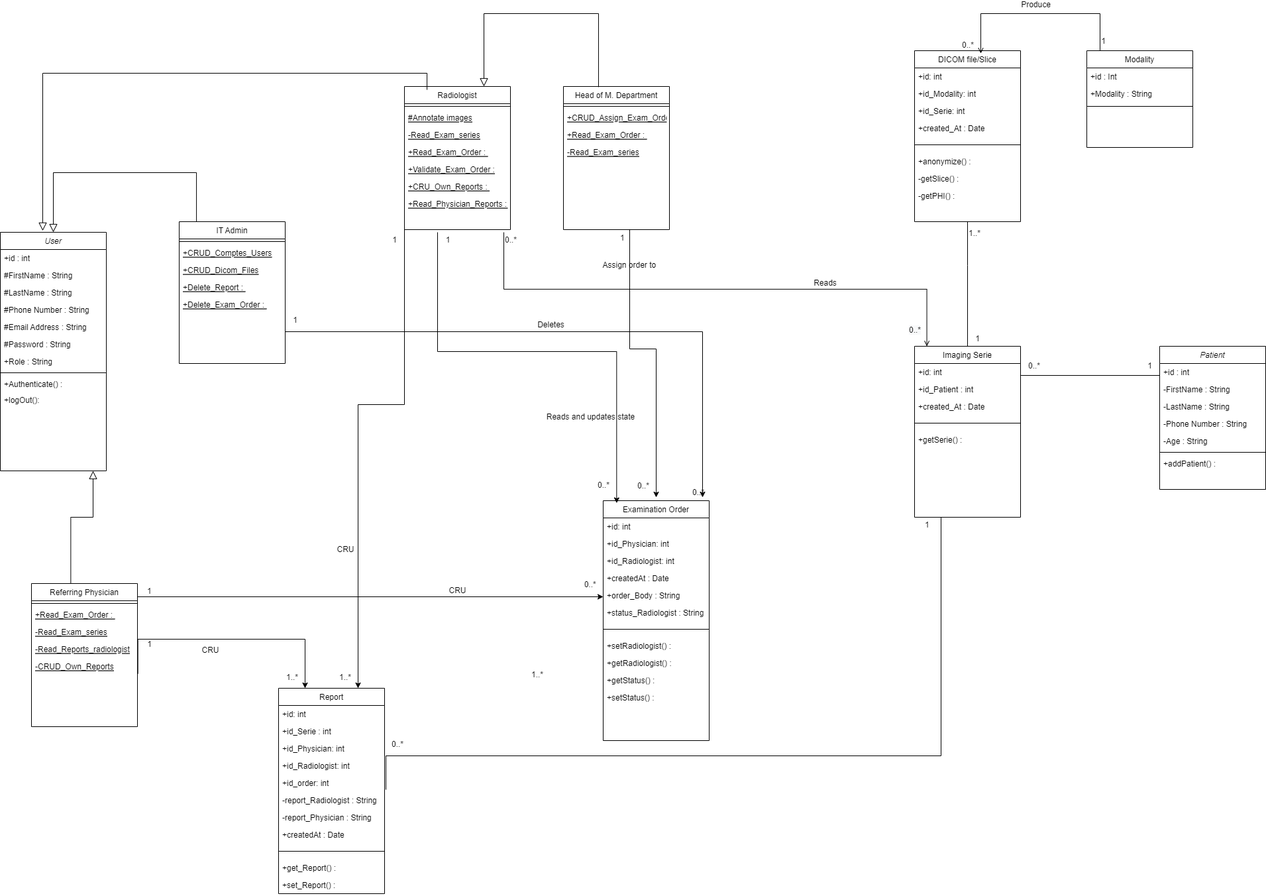
Before: Conception/Class UML RICOM.png, a diagram exported from draw.io (mehdilagdimi/RICOM-). Source tidied: cells renumbered, new cells last; positions are measured from the earlier drawing's top-left corner, leaving out a move shared by most shapes.
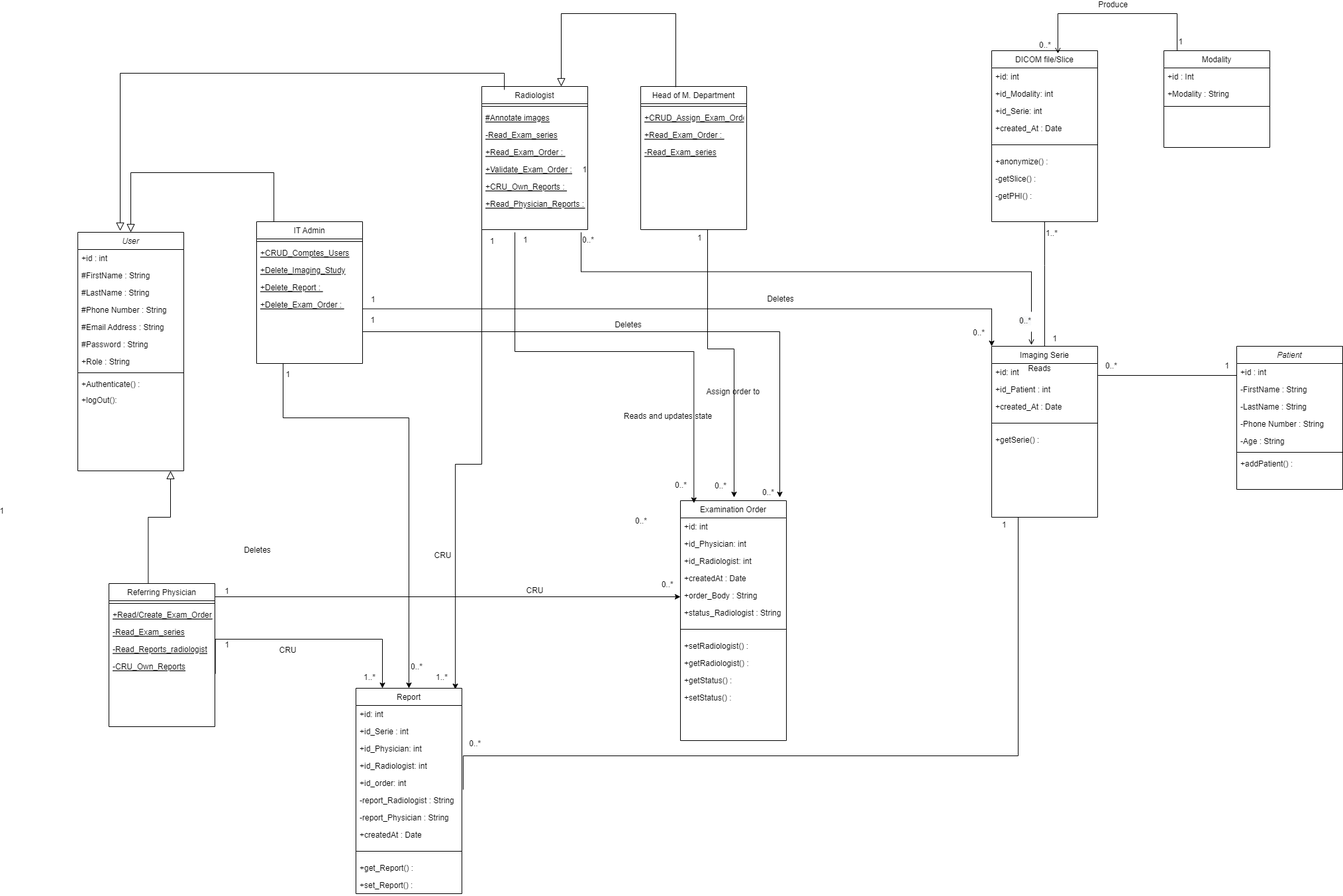
Later version of the same file.

What changed in the source:
```diff
@@ -44,7 +44,7 @@
     <mxCell id="15" value="+CRUD_Comptes_Users" style="text;align=left;verticalAlign=top;spacingLeft=4;spacingRight=4;overflow=hidden;fontStyle=4;" parent="13" vertex="1">
       <mxGeometry y="34" width="160" height="26" as="geometry" />
     </mxCell>
-    <mxCell id="16" value="+CRUD_Dicom_Files" style="text;align=left;verticalAlign=top;spacingLeft=4;spacingRight=4;overflow=hidden;fontStyle=4;" parent="13" vertex="1">
+    <mxCell id="16" value="+Delete_Imaging_Study" style="text;align=left;verticalAlign=top;spacingLeft=4;spacingRight=4;overflow=hidden;fontStyle=4;" parent="13" vertex="1">
       <mxGeometry y="60" width="160" height="26" as="geometry" />
     </mxCell>
     <mxCell id="17" value="+Delete_Report : " style="text;align=left;verticalAlign=top;spacingLeft=4;spacingRight=4;overflow=hidden;fontStyle=4;" parent="13" vertex="1">
@@ -97,17 +97,12 @@
     <mxCell id="31" value="+setStatus() :" style="text;align=left;verticalAlign=top;spacingLeft=4;spacingRight=4;overflow=hidden;" parent="20" vertex="1">
       <mxGeometry y="284" width="160" height="26" as="geometry" />
     </mxCell>
-    <mxCell id="32" style="endArrow=open;shadow=0;strokeWidth=1;rounded=0;endFill=1;edgeStyle=elbowEdgeStyle;elbow=vertical;entryX=0.116;entryY=0;entryDx=0;entryDy=0;entryPerimeter=0;" parent="1" edge="1" target="79">
+    <mxCell id="32" style="endArrow=open;shadow=0;strokeWidth=1;rounded=0;endFill=1;edgeStyle=elbowEdgeStyle;elbow=vertical;startArrow=none;" parent="1" edge="1" source="96">
       <mxGeometry x="0.5" y="41" relative="1" as="geometry">
-        <mxPoint x="760" y="360" as="sourcePoint" />
+        <mxPoint x="1440" y="530" as="targetPoint" />
         <mxPoint x="-40" y="32" as="offset" />
       </mxGeometry>
     </mxCell>
-    <mxCell id="33" value="1..*" style="align=left;verticalAlign=bottom;labelBackgroundColor=none;fontSize=12;" parent="32" vertex="1">
-      <mxGeometry x="-1" relative="1" as="geometry">
-        <mxPoint x="700" y="10" as="offset" />
-      </mxGeometry>
-    </mxCell>
     <mxCell id="34" value="Reads" style="text;html=1;align=center;verticalAlign=middle;labelBackgroundColor=none;rounded=0;shadow=0;strokeWidth=1;fontSize=12;" parent="32" vertex="1">
       <mxGeometry x="0.5" y="49" relative="1" as="geometry">
         <mxPoint x="-38" y="40" as="offset" />
@@ -206,7 +201,7 @@
     <mxCell id="59" style="line;html=1;strokeWidth=1;align=left;verticalAlign=middle;spacingTop=-1;spacingLeft=3;spacingRight=3;labelPosition=right;" parent="58" vertex="1">
       <mxGeometry y="26" width="160" height="8" as="geometry" />
     </mxCell>
-    <mxCell id="60" value="+Read_Exam_Order : " style="text;align=left;verticalAlign=top;spacingLeft=4;spacingRight=4;overflow=hidden;fontStyle=4;" parent="58" vertex="1">
+    <mxCell id="60" value="+Read/Create_Exam_Order : " style="text;align=left;verticalAlign=top;spacingLeft=4;spacingRight=4;overflow=hidden;fontStyle=4;" parent="58" vertex="1">
       <mxGeometry y="34" width="160" height="26" as="geometry" />
     </mxCell>
     <mxCell id="61" value="-Read_Exam_series" style="text;align=left;verticalAlign=top;spacingLeft=4;spacingRight=4;overflow=hidden;fontStyle=4;" parent="58" vertex="1">
@@ -215,7 +210,7 @@
     <mxCell id="62" value="-Read_Reports_radiologist" style="text;align=left;verticalAlign=top;spacingLeft=4;spacingRight=4;overflow=hidden;fontStyle=4;" parent="58" vertex="1">
       <mxGeometry y="86" width="160" height="26" as="geometry" />
     </mxCell>
-    <mxCell id="63" value="-CRUD_Own_Reports" style="text;align=left;verticalAlign=top;spacingLeft=4;spacingRight=4;overflow=hidden;fontStyle=4;" parent="58" vertex="1">
+    <mxCell id="63" value="-CRU_Own_Reports" style="text;align=left;verticalAlign=top;spacingLeft=4;spacingRight=4;overflow=hidden;fontStyle=4;" parent="58" vertex="1">
       <mxGeometry y="112" width="160" height="26" as="geometry" />
     </mxCell>
     <mxCell id="64" style="endArrow=block;endSize=10;endFill=0;shadow=0;strokeWidth=1;rounded=0;edgeStyle=elbowEdgeStyle;elbow=vertical;exitX=0.213;exitY=0.023;exitDx=0;exitDy=0;entryX=0.4;entryY=-0.006;entryDx=0;entryDy=0;exitPerimeter=0;entryPerimeter=0;" parent="1" edge="1" source="45" target="2">
@@ -346,9 +341,6 @@
         <mxPoint x="20" y="-3" as="offset" />
       </mxGeometry>
     </mxCell>
-    <mxCell id="96" value="&lt;span style=&quot;color: rgb(0, 0, 0); font-family: helvetica; font-size: 12px; font-style: normal; font-weight: 400; letter-spacing: normal; text-align: left; text-indent: 0px; text-transform: none; word-spacing: 0px; background-color: rgb(248, 249, 250); display: inline; float: none;&quot;&gt;0..*&lt;/span&gt;" style="text;whiteSpace=wrap;html=1;" parent="1" vertex="1">
-      <mxGeometry x="1370" y="494" width="40" height="30" as="geometry" />
-    </mxCell>
     <mxCell id="97" style="endArrow=open;shadow=0;strokeWidth=1;rounded=0;endFill=1;edgeStyle=elbowEdgeStyle;elbow=vertical;exitX=0.125;exitY=0;exitDx=0;exitDy=0;exitPerimeter=0;entryX=0.625;entryY=0.016;entryDx=0;entryDy=0;entryPerimeter=0;" parent="1" edge="1" source="41" target="85">
       <mxGeometry x="0.5" y="41" relative="1" as="geometry">
         <Array as="points">
@@ -383,7 +375,7 @@
     </mxCell>
     <mxCell id="101" value="1..*" style="align=left;verticalAlign=bottom;labelBackgroundColor=none;fontSize=12;" parent="100" vertex="1">
       <mxGeometry x="-1" relative="1" as="geometry">
-        <mxPoint x="-150" y="680" as="offset" />
+        <mxPoint x="-121" y="680" as="offset" />
       </mxGeometry>
     </mxCell>
     <mxCell id="102" value="1" style="align=right;verticalAlign=bottom;labelBackgroundColor=none;fontSize=12;" parent="100" vertex="1">
@@ -430,10 +422,11 @@
         <mxPoint x="-279" y="-39" as="offset" />
       </mxGeometry>
     </mxCell>
-    <mxCell id="108" style="endArrow=classic;shadow=0;strokeWidth=1;rounded=0;endFill=1;edgeStyle=elbowEdgeStyle;elbow=vertical;strokeColor=default;entryX=0.75;entryY=0;entryDx=0;entryDy=0;" parent="1" edge="1" target="67">
+    <mxCell id="108" style="endArrow=classic;shadow=0;strokeWidth=1;rounded=0;endFill=1;edgeStyle=elbowEdgeStyle;elbow=vertical;strokeColor=default;entryX=0.938;entryY=0.005;entryDx=0;entryDy=0;entryPerimeter=0;" parent="1" edge="1" target="67">
       <mxGeometry x="0.5" y="41" relative="1" as="geometry">
         <mxPoint x="610" y="340" as="sourcePoint" />
         <Array as="points">
+          <mxPoint x="580" y="710" />
           <mxPoint x="684.7" y="620" />
           <mxPoint x="834.7" y="570" />
           <mxPoint x="914.7" y="550" />
@@ -554,31 +547,120 @@
     </mxCell>
     <mxCell id="131" style="endArrow=classic;shadow=0;strokeWidth=1;rounded=0;endFill=1;edgeStyle=elbowEdgeStyle;elbow=vertical;strokeColor=default;" parent="1" edge="1">
       <mxGeometry x="0.5" y="41" relative="1" as="geometry">
-        <mxPoint x="950" y="356" as="sourcePoint" />
-        <mxPoint x="990" y="760" as="targetPoint" />
+        <mxPoint x="951" y="356" as="sourcePoint" />
+        <mxPoint x="991" y="760" as="targetPoint" />
         <Array as="points">
-          <mxPoint x="1020" y="536" />
-          <mxPoint x="970" y="386" />
-          <mxPoint x="995" y="606" />
-          <mxPoint x="1145" y="556" />
-          <mxPoint x="1225" y="536" />
-          <mxPoint x="1255" y="266" />
+          <mxPoint x="1021" y="536" />
+          <mxPoint x="971" y="386" />
+          <mxPoint x="996" y="606" />
+          <mxPoint x="1146" y="556" />
+          <mxPoint x="1226" y="536" />
+          <mxPoint x="1256" y="266" />
         </Array>
         <mxPoint x="-40" y="32" as="offset" />
       </mxGeometry>
     </mxCell>
-    <mxCell id="132" value="1..*" style="align=left;verticalAlign=bottom;labelBackgroundColor=none;fontSize=12;" parent="131" vertex="1">
+    <mxCell id="132" value="1" style="align=left;verticalAlign=bottom;labelBackgroundColor=none;fontSize=12;" parent="131" vertex="1">
       <mxGeometry x="-1" relative="1" as="geometry">
-        <mxPoint x="-150" y="680" as="offset" />
+        <mxPoint x="-510" y="114" as="offset" />
       </mxGeometry>
     </mxCell>
     <mxCell id="133" value="Assign order to&amp;nbsp;" style="text;html=1;align=center;verticalAlign=middle;labelBackgroundColor=none;rounded=0;shadow=0;strokeWidth=1;fontSize=12;" parent="131" vertex="1">
       <mxGeometry x="0.5" y="49" relative="1" as="geometry">
-        <mxPoint x="-89" y="-239" as="offset" />
+        <mxPoint x="-50" y="-48" as="offset" />
       </mxGeometry>
     </mxCell>
     <mxCell id="134" value="0..*" style="align=left;verticalAlign=bottom;labelBackgroundColor=none;fontSize=12;" parent="1" vertex="1">
-      <mxGeometry x="1043" y="760.5" as="geometry" />
+      <mxGeometry x="1032" y="760.5" as="geometry" />
     </mxCell>
+    <mxCell id="135" style="endArrow=classic;shadow=0;strokeWidth=1;rounded=0;endFill=1;edgeStyle=elbowEdgeStyle;elbow=vertical;strokeColor=default;exitX=1;exitY=0.75;exitDx=0;exitDy=0;entryX=0;entryY=0;entryDx=0;entryDy=0;" parent="1" edge="1" target="79">
+      <mxGeometry x="0.5" y="41" relative="1" as="geometry">
+        <mxPoint x="430" y="470" as="sourcePoint" />
+        <Array as="points">
+          <mxPoint x="580" y="475.5" />
+          <mxPoint x="480" y="505.5" />
+          <mxPoint x="720" y="635.5" />
+          <mxPoint x="550" y="610.1" />
+          <mxPoint x="840" y="710.1" />
+          <mxPoint x="510" y="537.5" />
+          <mxPoint x="490" y="457.5" />
+          <mxPoint x="635" y="747.5" />
+          <mxPoint x="785" y="697.5" />
+          <mxPoint x="865" y="677.5" />
+          <mxPoint x="895" y="407.5" />
+        </Array>
+        <mxPoint x="-40" y="32" as="offset" />
+      </mxGeometry>
+    </mxCell>
+    <mxCell id="136" value="0..*" style="align=left;verticalAlign=bottom;labelBackgroundColor=none;fontSize=12;" parent="135" vertex="1">
+      <mxGeometry x="-1" relative="1" as="geometry">
+        <mxPoint x="920" y="50" as="offset" />
+      </mxGeometry>
+    </mxCell>
+    <mxCell id="137" value="1" style="align=right;verticalAlign=bottom;labelBackgroundColor=none;fontSize=12;" parent="135" vertex="1">
+      <mxGeometry x="1" relative="1" as="geometry">
+        <mxPoint x="-610" y="-259" as="offset" />
+      </mxGeometry>
+    </mxCell>
+    <mxCell id="138" value="Deletes" style="text;html=1;align=center;verticalAlign=middle;labelBackgroundColor=none;rounded=0;shadow=0;strokeWidth=1;fontSize=12;" parent="135" vertex="1">
+      <mxGeometry x="0.5" y="49" relative="1" as="geometry">
+        <mxPoint x="-123" y="34" as="offset" />
+      </mxGeometry>
+    </mxCell>
+    <mxCell id="96" value="&lt;span style=&quot;color: rgb(0, 0, 0); font-family: helvetica; font-size: 12px; font-style: normal; font-weight: 400; letter-spacing: normal; text-align: left; text-indent: 0px; text-transform: none; word-spacing: 0px; background-color: rgb(248, 249, 250); display: inline; float: none;&quot;&gt;0..*&lt;/span&gt;" style="text;whiteSpace=wrap;html=1;" parent="1" vertex="1">
+      <mxGeometry x="1420" y="480" width="40" height="30" as="geometry" />
+    </mxCell>
+    <mxCell id="139" style="endArrow=none;shadow=0;strokeWidth=1;rounded=0;endFill=1;edgeStyle=elbowEdgeStyle;elbow=vertical;" parent="1" edge="1" target="96">
+      <mxGeometry x="0.5" y="41" relative="1" as="geometry">
+        <mxPoint x="760" y="360" as="sourcePoint" />
+        <mxPoint x="-40" y="32" as="offset" />
+      </mxGeometry>
+    </mxCell>
+    <mxCell id="33" value="1..*" style="align=left;verticalAlign=bottom;labelBackgroundColor=none;fontSize=12;" parent="139" vertex="1">
+      <mxGeometry x="-1" relative="1" as="geometry">
+        <mxPoint x="700" y="10" as="offset" />
+      </mxGeometry>
+    </mxCell>
+    <mxCell id="140" style="endArrow=classic;shadow=0;strokeWidth=1;rounded=0;endFill=1;edgeStyle=elbowEdgeStyle;elbow=vertical;strokeColor=default;exitX=0.25;exitY=1;exitDx=0;exitDy=0;entryX=0.5;entryY=0;entryDx=0;entryDy=0;" parent="1" edge="1" source="13" target="67">
+      <mxGeometry x="0.5" y="41" relative="1" as="geometry">
+        <Array as="points">
+          <mxPoint x="400" y="640" />
+          <mxPoint x="300" y="670" />
+          <mxPoint x="540" y="800" />
+          <mxPoint x="370" y="774.6" />
+          <mxPoint x="660" y="874.6" />
+          <mxPoint x="330" y="702" />
+          <mxPoint x="310" y="622" />
+          <mxPoint x="455" y="912" />
+          <mxPoint x="605" y="862" />
+          <mxPoint x="685" y="842" />
+          <mxPoint x="715" y="572" />
+        </Array>
+        <mxPoint x="-40" y="32" as="offset" />
+      </mxGeometry>
+    </mxCell>
+    <mxCell id="141" value="0..*" style="align=left;verticalAlign=bottom;labelBackgroundColor=none;fontSize=12;" parent="140" vertex="1">
+      <mxGeometry x="-1" relative="1" as="geometry">
+        <mxPoint x="530" y="246" as="offset" />
+      </mxGeometry>
+    </mxCell>
+    <mxCell id="142" value="1" style="align=right;verticalAlign=bottom;labelBackgroundColor=none;fontSize=12;" parent="140" vertex="1">
+      <mxGeometry x="1" relative="1" as="geometry">
+        <mxPoint x="-610" y="-259" as="offset" />
+      </mxGeometry>
+    </mxCell>
+    <mxCell id="143" value="Deletes" style="text;html=1;align=center;verticalAlign=middle;labelBackgroundColor=none;rounded=0;shadow=0;strokeWidth=1;fontSize=12;" parent="140" vertex="1">
+      <mxGeometry x="0.5" y="49" relative="1" as="geometry">
+        <mxPoint x="-279" y="-39" as="offset" />
+      </mxGeometry>
+    </mxCell>
+    <mxCell id="144" value="1" style="align=right;verticalAlign=bottom;labelBackgroundColor=none;fontSize=12;" parent="1" vertex="1">
+      <mxGeometry x="322" y="583" as="geometry" />
+    </mxCell>
+    <mxCell id="145" value="0..*" style="align=left;verticalAlign=bottom;labelBackgroundColor=none;fontSize=12;" parent="1" vertex="1">
+      <mxGeometry x="1360" y="530" as="geometry">
+        <mxPoint x="-859" y="494" as="offset" />
+      </mxGeometry>
+    </mxCell>
   </root>
 </mxGraphModel>
```
